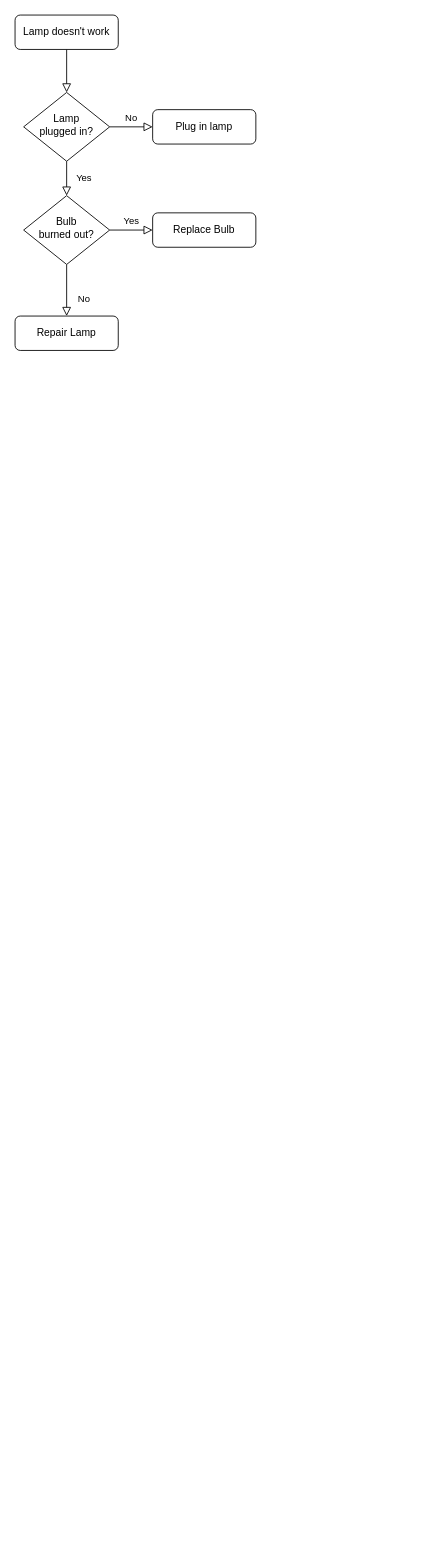
Earlier version of the draw.io diagram Untitled Diagram.drawio (helloztq/apk_replace_assert). Source tidied: cells renumbered, new cells numbered last; positions are measured from the earlier drawing's top-left corner, leaving out a move shared by most shapes. Both pictures are drawn from the tidied source at 86%, with x=0, y=0 at pixel (15, 15).
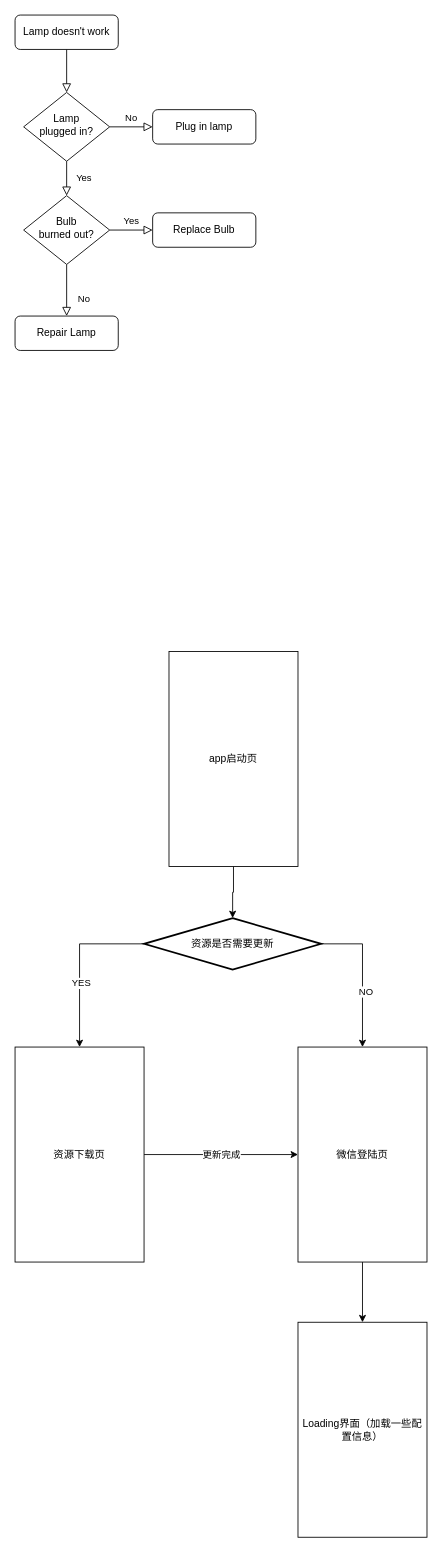
The same page after the edit.

Change to the diagram source:
```diff
@@
+    <mxCell id="13" style="edgeStyle=orthogonalEdgeStyle;rounded=0;jettySize=auto;html=1;exitX=0.5;exitY=1;exitDx=0;exitDy=0;entryX=0.5;entryY=0;entryDx=0;entryDy=0;entryPerimeter=0;" parent="1" edge="1" source="14" target="23">
+      <mxGeometry relative="1" as="geometry" />
+    </mxCell>
+    <mxCell id="14" value="app启动页" style="rounded=0;whiteSpace=wrap;html=1;" parent="1" vertex="1">
+      <mxGeometry x="179" y="740" width="150" height="250" as="geometry" />
+    </mxCell>
+    <mxCell id="15" value="更新完成" style="edgeStyle=orthogonalEdgeStyle;rounded=0;jettySize=auto;html=1;exitX=1;exitY=0.5;exitDx=0;exitDy=0;entryX=0;entryY=0.5;entryDx=0;entryDy=0;" parent="1" edge="1" source="16" target="18">
+      <mxGeometry relative="1" as="geometry" />
+    </mxCell>
+    <mxCell id="16" value="资源下载页" style="rounded=0;whiteSpace=wrap;html=1;" parent="1" vertex="1">
+      <mxGeometry y="1200" width="150" height="250" as="geometry" />
+    </mxCell>
+    <mxCell id="17" style="edgeStyle=orthogonalEdgeStyle;rounded=0;jettySize=auto;html=1;exitX=0.5;exitY=1;exitDx=0;exitDy=0;entryX=0.5;entryY=0;entryDx=0;entryDy=0;" parent="1" edge="1" source="18" target="24">
+      <mxGeometry relative="1" as="geometry" />
+    </mxCell>
+    <mxCell id="18" value="微信登陆页" style="rounded=0;whiteSpace=wrap;html=1;" parent="1" vertex="1">
+      <mxGeometry x="329" y="1200" width="150" height="250" as="geometry" />
+    </mxCell>
+    <mxCell id="19" style="edgeStyle=orthogonalEdgeStyle;rounded=0;jettySize=auto;html=1;exitX=0;exitY=0.5;exitDx=0;exitDy=0;exitPerimeter=0;entryX=0.5;entryY=0;entryDx=0;entryDy=0;" parent="1" edge="1" source="23" target="16">
+      <mxGeometry relative="1" as="geometry" />
+    </mxCell>
+    <mxCell id="20" value="YES" style="edgeLabel;html=1;align=center;verticalAlign=middle;" parent="19" vertex="1">
+      <mxGeometry x="0.23" y="1" relative="1" as="geometry" />
+    </mxCell>
+    <mxCell id="21" style="edgeStyle=orthogonalEdgeStyle;rounded=0;jettySize=auto;html=1;exitX=1;exitY=0.5;exitDx=0;exitDy=0;exitPerimeter=0;entryX=0.5;entryY=0;entryDx=0;entryDy=0;" parent="1" edge="1" source="23" target="18">
+      <mxGeometry relative="1" as="geometry" />
+    </mxCell>
+    <mxCell id="22" value="NO" style="edgeLabel;html=1;align=center;verticalAlign=middle;" parent="21" vertex="1">
+      <mxGeometry x="0.23" y="3" relative="1" as="geometry" />
+    </mxCell>
+    <mxCell id="23" value="资源是否需要更新" style="strokeWidth=2;html=1;shape=mxgraph.flowchart.decision;whiteSpace=wrap;" parent="1" vertex="1">
+      <mxGeometry x="150" y="1050" width="206" height="60" as="geometry" />
+    </mxCell>
+    <mxCell id="24" value="Loading界面（加载一些配置信息）" style="rounded=0;whiteSpace=wrap;html=1;" parent="1" vertex="1">
+      <mxGeometry x="329" y="1520" width="150" height="250" as="geometry" />
+    </mxCell>
```
